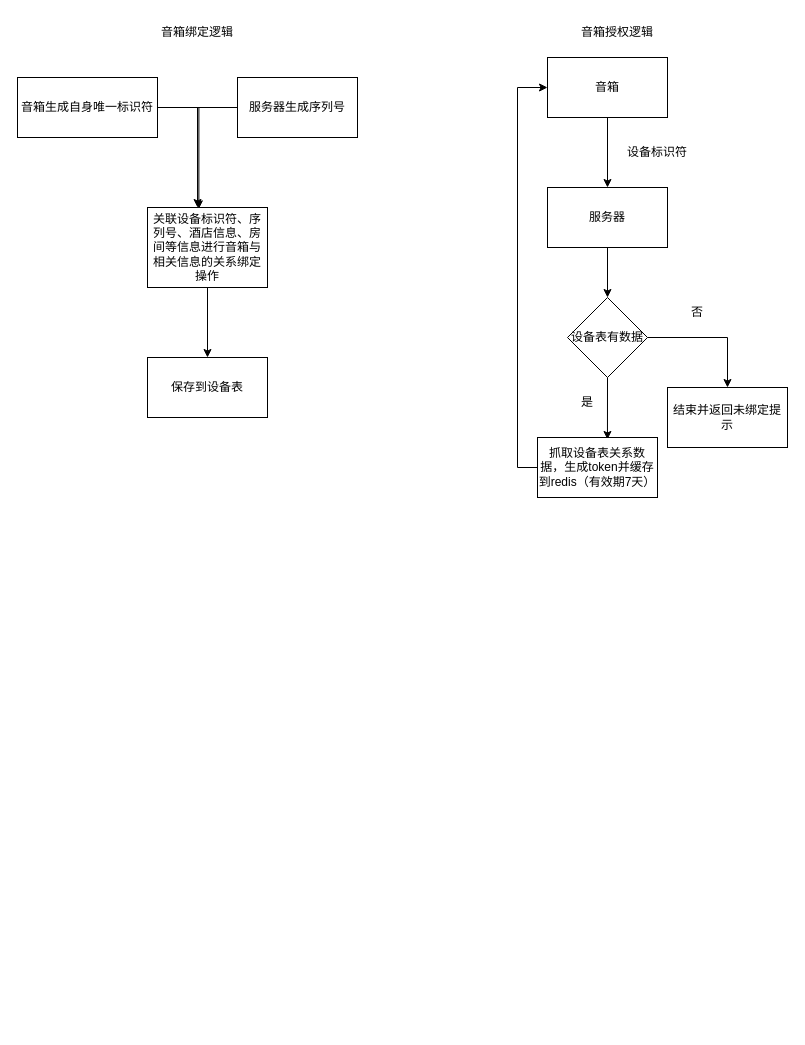
This is xzzh/音箱流程图.drawio from daniel-7d/draw, a draw.io file, before an edit. Source tidied: cells renumbered, new cells numbered last; positions are measured from the earlier drawing's top-left corner, leaving out a move shared by most shapes. Both pictures are drawn from the tidied source at 100%, with x=0, y=0 at pixel (17, 17).
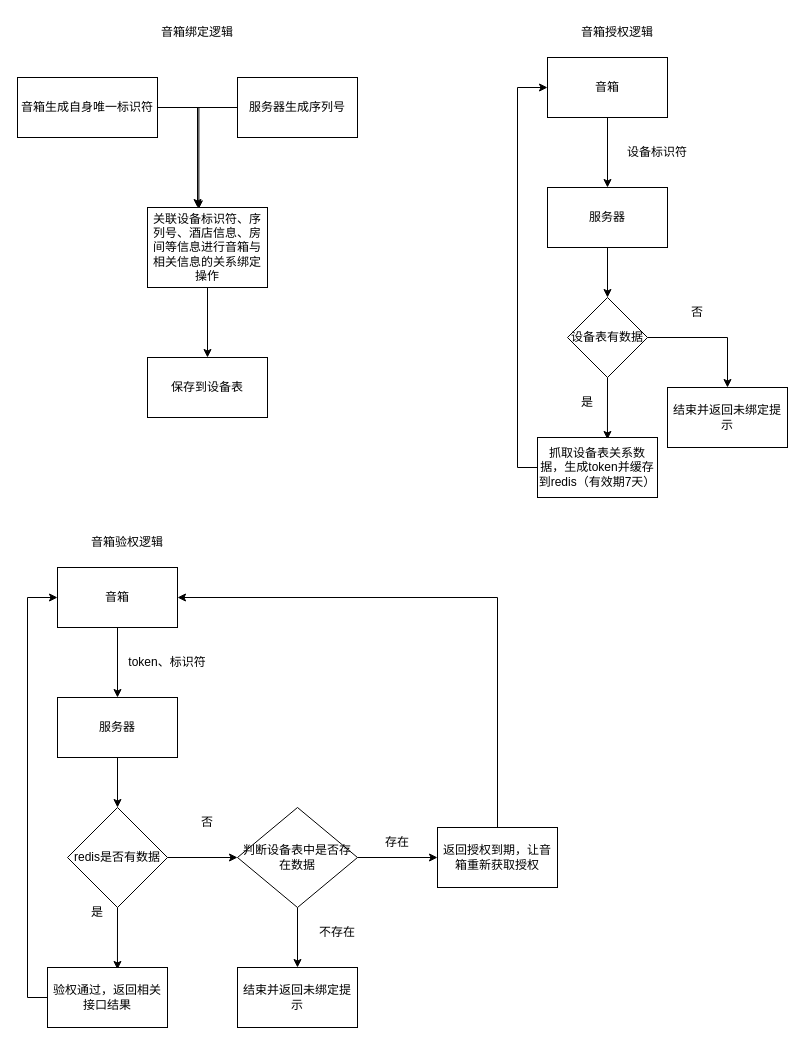
The same diagram, later.

Commit message (it also covers changes not shown here):
更新音箱流程图.drawio

The edit, as a diff of the source:
```diff
@@
+    <mxCell id="24" value="音箱验权逻辑" style="text;html=1;strokeColor=none;fillColor=none;align=center;verticalAlign=middle;whiteSpace=wrap;rounded=0;" parent="1" vertex="1">
+      <mxGeometry x="60" y="510" width="100" height="30" as="geometry" />
+    </mxCell>
+    <mxCell id="25" style="edgeStyle=orthogonalEdgeStyle;rounded=0;jettySize=auto;html=1;exitX=0.5;exitY=1;exitDx=0;exitDy=0;entryX=0.5;entryY=0;entryDx=0;entryDy=0;" parent="1" edge="1" source="26" target="28">
+      <mxGeometry relative="1" as="geometry" />
+    </mxCell>
+    <mxCell id="26" value="音箱" style="rounded=0;whiteSpace=wrap;html=1;" parent="1" vertex="1">
+      <mxGeometry x="40" y="550" width="120" height="60" as="geometry" />
+    </mxCell>
+    <mxCell id="27" style="edgeStyle=orthogonalEdgeStyle;rounded=0;jettySize=auto;html=1;exitX=0.5;exitY=1;exitDx=0;exitDy=0;entryX=0.5;entryY=0;entryDx=0;entryDy=0;" parent="1" edge="1" source="28" target="32">
+      <mxGeometry relative="1" as="geometry" />
+    </mxCell>
+    <mxCell id="28" value="服务器" style="rounded=0;whiteSpace=wrap;html=1;" parent="1" vertex="1">
+      <mxGeometry x="40" y="680" width="120" height="60" as="geometry" />
+    </mxCell>
+    <mxCell id="29" value="token、标识符" style="text;html=1;strokeColor=none;fillColor=none;align=center;verticalAlign=middle;whiteSpace=wrap;rounded=0;" parent="1" vertex="1">
+      <mxGeometry x="100" y="630" width="100" height="30" as="geometry" />
+    </mxCell>
+    <mxCell id="30" style="edgeStyle=orthogonalEdgeStyle;rounded=0;jettySize=auto;html=1;exitX=0.5;exitY=1;exitDx=0;exitDy=0;entryX=0.583;entryY=0.033;entryDx=0;entryDy=0;entryPerimeter=0;" parent="1" edge="1" source="32" target="35">
+      <mxGeometry relative="1" as="geometry" />
+    </mxCell>
+    <mxCell id="31" style="edgeStyle=orthogonalEdgeStyle;rounded=0;jettySize=auto;html=1;exitX=1;exitY=0.5;exitDx=0;exitDy=0;entryX=0;entryY=0.5;entryDx=0;entryDy=0;" parent="1" edge="1" source="32" target="39">
+      <mxGeometry relative="1" as="geometry" />
+    </mxCell>
+    <mxCell id="32" value="redis是否有数据" style="rhombus;whiteSpace=wrap;html=1;" parent="1" vertex="1">
+      <mxGeometry x="50" y="790" width="100" height="100" as="geometry" />
+    </mxCell>
+    <mxCell id="33" value="否" style="text;html=1;strokeColor=none;fillColor=none;align=center;verticalAlign=middle;whiteSpace=wrap;rounded=0;" parent="1" vertex="1">
+      <mxGeometry x="140" y="790" width="100" height="30" as="geometry" />
+    </mxCell>
+    <mxCell id="34" style="edgeStyle=orthogonalEdgeStyle;rounded=0;jettySize=auto;html=1;exitX=0;exitY=0.5;exitDx=0;exitDy=0;entryX=0;entryY=0.5;entryDx=0;entryDy=0;" parent="1" edge="1" source="35" target="26">
+      <mxGeometry relative="1" as="geometry" />
+    </mxCell>
+    <mxCell id="35" value="验权通过，返回相关接口结果" style="rounded=0;whiteSpace=wrap;html=1;" parent="1" vertex="1">
+      <mxGeometry x="30" y="950" width="120" height="60" as="geometry" />
+    </mxCell>
+    <mxCell id="36" value="是" style="text;html=1;strokeColor=none;fillColor=none;align=center;verticalAlign=middle;whiteSpace=wrap;rounded=0;" parent="1" vertex="1">
+      <mxGeometry x="30" y="880" width="100" height="30" as="geometry" />
+    </mxCell>
+    <mxCell id="37" style="edgeStyle=orthogonalEdgeStyle;rounded=0;jettySize=auto;html=1;exitX=1;exitY=0.5;exitDx=0;exitDy=0;entryX=0;entryY=0.5;entryDx=0;entryDy=0;" parent="1" edge="1" source="39" target="41">
+      <mxGeometry relative="1" as="geometry" />
+    </mxCell>
+    <mxCell id="38" style="edgeStyle=orthogonalEdgeStyle;rounded=0;jettySize=auto;html=1;exitX=0.5;exitY=1;exitDx=0;exitDy=0;" parent="1" edge="1" source="39" target="43">
+      <mxGeometry relative="1" as="geometry" />
+    </mxCell>
+    <mxCell id="39" value="判断设备表中是否存在数据" style="rhombus;whiteSpace=wrap;html=1;" parent="1" vertex="1">
+      <mxGeometry x="220" y="790" width="120" height="100" as="geometry" />
+    </mxCell>
+    <mxCell id="40" style="edgeStyle=orthogonalEdgeStyle;rounded=0;jettySize=auto;html=1;exitX=0.5;exitY=0;exitDx=0;exitDy=0;entryX=1;entryY=0.5;entryDx=0;entryDy=0;" parent="1" edge="1" source="41" target="26">
+      <mxGeometry relative="1" as="geometry" />
+    </mxCell>
+    <mxCell id="41" value="返回授权到期，让音箱重新获取授权" style="rounded=0;whiteSpace=wrap;html=1;" parent="1" vertex="1">
+      <mxGeometry x="420" y="810" width="120" height="60" as="geometry" />
+    </mxCell>
+    <mxCell id="42" value="存在" style="text;html=1;strokeColor=none;fillColor=none;align=center;verticalAlign=middle;whiteSpace=wrap;rounded=0;" parent="1" vertex="1">
+      <mxGeometry x="330" y="810" width="100" height="30" as="geometry" />
+    </mxCell>
+    <mxCell id="43" value="结束并返回未绑定提示" style="rounded=0;whiteSpace=wrap;html=1;" parent="1" vertex="1">
+      <mxGeometry x="220" y="950" width="120" height="60" as="geometry" />
+    </mxCell>
+    <mxCell id="44" value="不存在" style="text;html=1;strokeColor=none;fillColor=none;align=center;verticalAlign=middle;whiteSpace=wrap;rounded=0;" parent="1" vertex="1">
+      <mxGeometry x="270" y="900" width="100" height="30" as="geometry" />
+    </mxCell>
```
